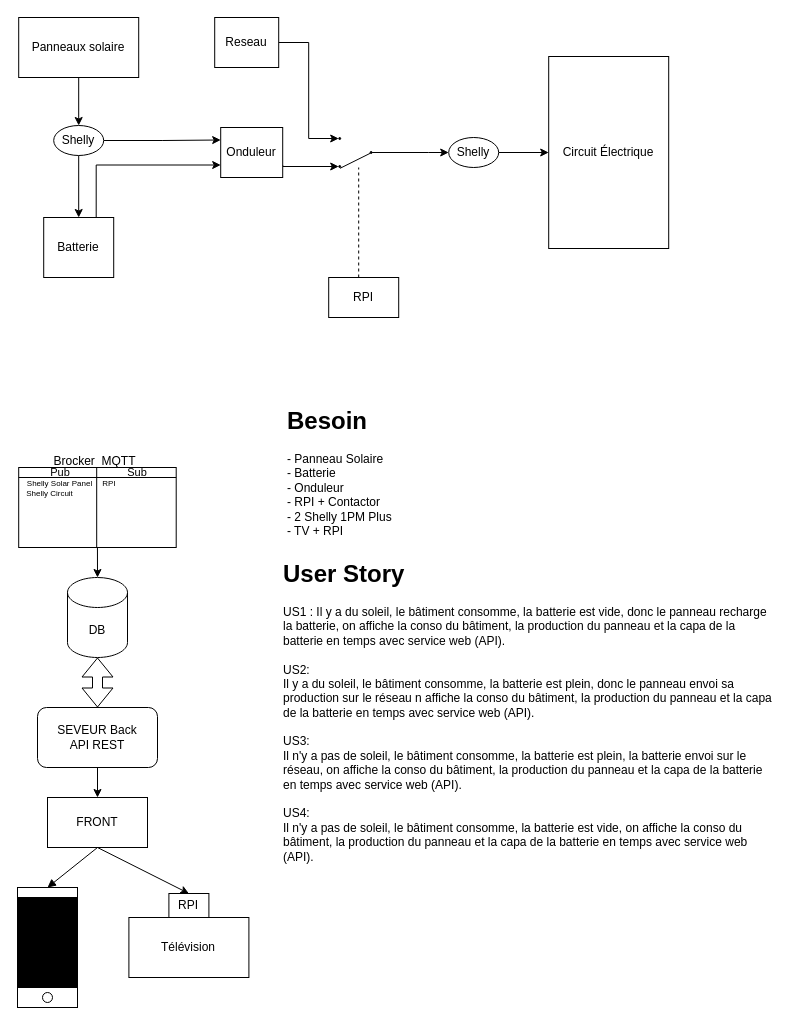
The draw.io diagram page "V0.2" (1 of 3) of Définition Projet/Projet-Resilience_Energetique.drawio in AdamOmv/LPIOTIA2023_ResilienceEnergy, before the edit. Source tidied: cells renumbered, new cells numbered last; positions are measured from the earlier drawing's top-left corner, leaving out a move shared by most shapes. Both pictures are drawn from the tidied source at 100%, with x=0, y=0 at pixel (-13, 17).
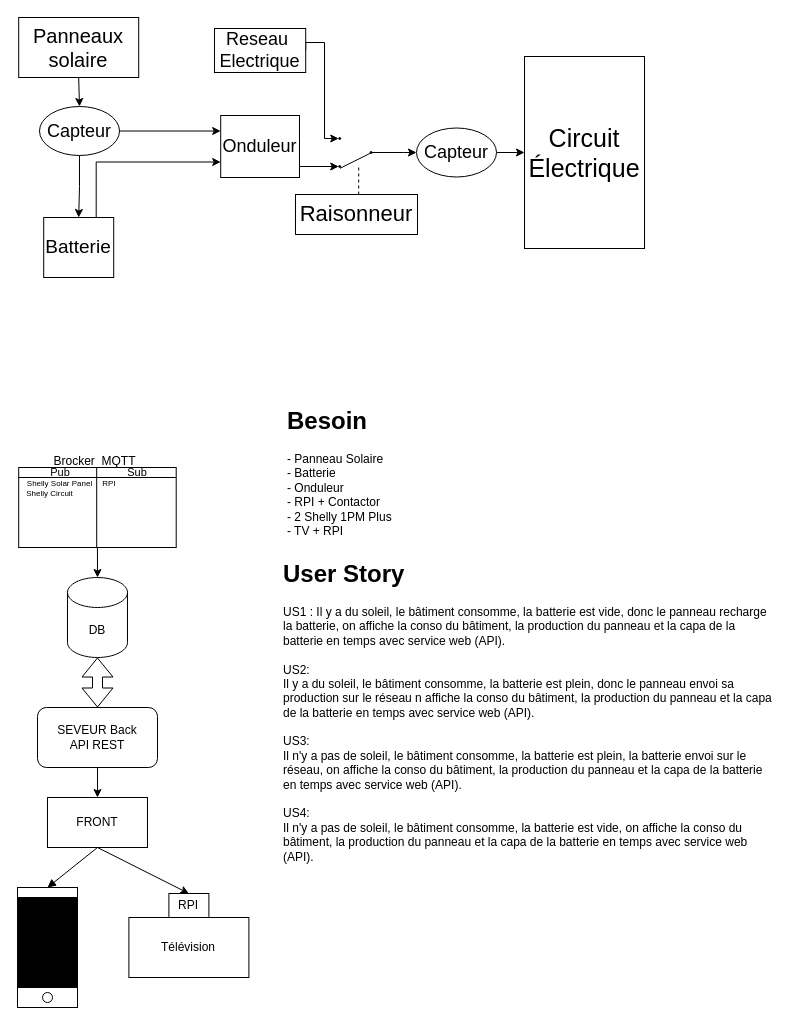
The same page after the edit.

Unchanged cells that the change refers to:
```xml
<mxCell id="27" style="ellipse;whiteSpace=wrap;html=1;fillColor=#000000;" parent="1" vertex="1">
  <mxGeometry x="351.2" y="120" width="2" height="2" as="geometry" />
</mxCell>
<mxCell id="30" style="ellipse;whiteSpace=wrap;html=1;fillColor=#000000;" parent="1" vertex="1">
  <mxGeometry x="382.6" y="134" width="2" height="2" as="geometry" />
</mxCell>
```

Diff of the diagram source:
```diff
@@
-    <mxCell id="3" value="Panneaux solaire" style="rounded=0;whiteSpace=wrap;html=1;" parent="1" vertex="1">
+    <mxCell id="3" value="&lt;font style=&quot;font-size: 20px;&quot;&gt;Panneaux solaire&lt;/font&gt;" style="rounded=0;whiteSpace=wrap;html=1;" parent="1" vertex="1">
       <mxGeometry x="31.2" width="120" height="60" as="geometry" />
     </mxCell>
@@
-    <mxCell id="5" value="Batterie" style="rounded=0;whiteSpace=wrap;html=1;" parent="1" vertex="1">
+    <mxCell id="5" value="&lt;font style=&quot;font-size: 19px;&quot;&gt;Batterie&lt;/font&gt;" style="rounded=0;whiteSpace=wrap;html=1;" parent="1" vertex="1">
       <mxGeometry x="56.2" y="200" width="70" height="60" as="geometry" />
     </mxCell>
@@
-    <mxCell id="7" value="Onduleur" style="rounded=0;whiteSpace=wrap;html=1;" parent="1" vertex="1">
-      <mxGeometry x="233.2" y="110" width="62" height="50" as="geometry" />
+    <mxCell id="7" value="&lt;font style=&quot;font-size: 18px;&quot;&gt;Onduleur&lt;/font&gt;" style="rounded=0;whiteSpace=wrap;html=1;" parent="1" vertex="1">
+      <mxGeometry x="233.2" y="98" width="78.8" height="62" as="geometry" />
     </mxCell>
     <mxCell id="8" style="edgeStyle=orthogonalEdgeStyle;rounded=0;jettySize=auto;html=1;exitX=1;exitY=0.5;exitDx=0;exitDy=0;entryX=0;entryY=0.5;entryDx=0;entryDy=0;" parent="1" edge="1" source="9" target="27">
       <mxGeometry relative="1" as="geometry">
         <Array as="points">
-          <mxPoint x="321.2" y="25" />
-          <mxPoint x="321.2" y="121" />
+          <mxPoint x="318" y="25" />
+          <mxPoint x="337" y="25" />
+          <mxPoint x="337" y="121" />
         </Array>
       </mxGeometry>
     </mxCell>
-    <mxCell id="9" value="Reseau" style="rounded=0;whiteSpace=wrap;html=1;" parent="1" vertex="1">
-      <mxGeometry x="227.2" width="64" height="50" as="geometry" />
+    <mxCell id="9" value="&lt;font style=&quot;font-size: 18px;&quot;&gt;Reseau&amp;nbsp;&lt;br&gt;Electrique&lt;/font&gt;" style="rounded=0;whiteSpace=wrap;html=1;" parent="1" vertex="1">
+      <mxGeometry x="227" y="11" width="91.2" height="44" as="geometry" />
     </mxCell>
@@
-    <mxCell id="24" value="Shelly" style="ellipse;whiteSpace=wrap;html=1;" parent="1" vertex="1">
-      <mxGeometry x="66.2" y="108" width="50" height="30" as="geometry" />
+    <mxCell id="24" value="&lt;font style=&quot;font-size: 18px;&quot;&gt;Capteur&lt;/font&gt;" style="ellipse;whiteSpace=wrap;html=1;" parent="1" vertex="1">
+      <mxGeometry x="52" y="89" width="80" height="49" as="geometry" />
     </mxCell>
-    <mxCell id="25" style="edgeStyle=orthogonalEdgeStyle;rounded=0;jettySize=auto;html=1;exitX=1;exitY=0.5;exitDx=0;exitDy=0;entryX=0;entryY=0.5;entryDx=0;entryDy=0;" parent="1" edge="1" source="26" target="32">
+    <mxCell id="25" style="edgeStyle=orthogonalEdgeStyle;rounded=0;jettySize=auto;html=1;exitX=1;exitY=0.5;exitDx=0;exitDy=0;entryX=0;entryY=0.5;entryDx=0;entryDy=0;" parent="1" edge="1" source="45" target="32">
       <mxGeometry relative="1" as="geometry" />
     </mxCell>
-    <mxCell id="26" value="Shelly" style="ellipse;whiteSpace=wrap;html=1;" parent="1" vertex="1">
-      <mxGeometry x="461.2" y="120" width="50" height="30" as="geometry" />
-    </mxCell>
@@
-    <mxCell id="29" style="edgeStyle=orthogonalEdgeStyle;rounded=0;jettySize=auto;html=1;exitX=1;exitY=0.5;exitDx=0;exitDy=0;entryX=0;entryY=0.5;entryDx=0;entryDy=0;" parent="1" edge="1" source="30" target="26">
+    <mxCell id="29" style="edgeStyle=orthogonalEdgeStyle;rounded=0;jettySize=auto;html=1;exitX=1;exitY=0.5;exitDx=0;exitDy=0;entryX=0;entryY=0.5;entryDx=0;entryDy=0;" parent="1" edge="1" source="30" target="45">
       <mxGeometry relative="1" as="geometry">
         <Array as="points">
-          <mxPoint x="441.2" y="135" />
-          <mxPoint x="441.2" y="135" />
+          <mxPoint x="416" y="135" />
         </Array>
       </mxGeometry>
     </mxCell>
@@
-    <mxCell id="32" value="Circuit Électrique" style="rounded=0;whiteSpace=wrap;html=1;fillColor=#FFFFFF;" parent="1" vertex="1">
-      <mxGeometry x="561.2" y="39" width="120" height="192" as="geometry" />
+    <mxCell id="32" value="&lt;font style=&quot;font-size: 25px;&quot;&gt;Circuit Électrique&lt;/font&gt;" style="rounded=0;whiteSpace=wrap;html=1;fillColor=#FFFFFF;" parent="1" vertex="1">
+      <mxGeometry x="537" y="39" width="120" height="192" as="geometry" />
     </mxCell>
-    <mxCell id="33" style="endArrow=none;dashed=1;html=1;rounded=0;" parent="1" edge="1">
+    <mxCell id="33" style="endArrow=none;dashed=1;html=1;rounded=0;exitX=0.518;exitY=0;exitDx=0;exitDy=0;exitPerimeter=0;" parent="1" edge="1" source="34">
       <mxGeometry relative="1" as="geometry">
-        <mxPoint x="371.2" y="260" as="sourcePoint" />
         <mxPoint x="371.2" y="150" as="targetPoint" />
       </mxGeometry>
     </mxCell>
-    <mxCell id="34" value="RPI" style="rounded=0;whiteSpace=wrap;html=1;fillColor=#FFFFFF;" parent="1" vertex="1">
-      <mxGeometry x="341.2" y="260" width="70" height="40" as="geometry" />
+    <mxCell id="34" value="&lt;font style=&quot;font-size: 22px;&quot;&gt;Raisonneur&lt;/font&gt;" style="rounded=0;whiteSpace=wrap;html=1;fillColor=#FFFFFF;" parent="1" vertex="1">
+      <mxGeometry x="308" y="177" width="122" height="40" as="geometry" />
     </mxCell>
@@
+    <mxCell id="45" value="&lt;font style=&quot;font-size: 18px;&quot;&gt;Capteur&lt;/font&gt;" style="ellipse;whiteSpace=wrap;html=1;" parent="1" vertex="1">
+      <mxGeometry x="429" y="110.5" width="80" height="49" as="geometry" />
+    </mxCell>
```
